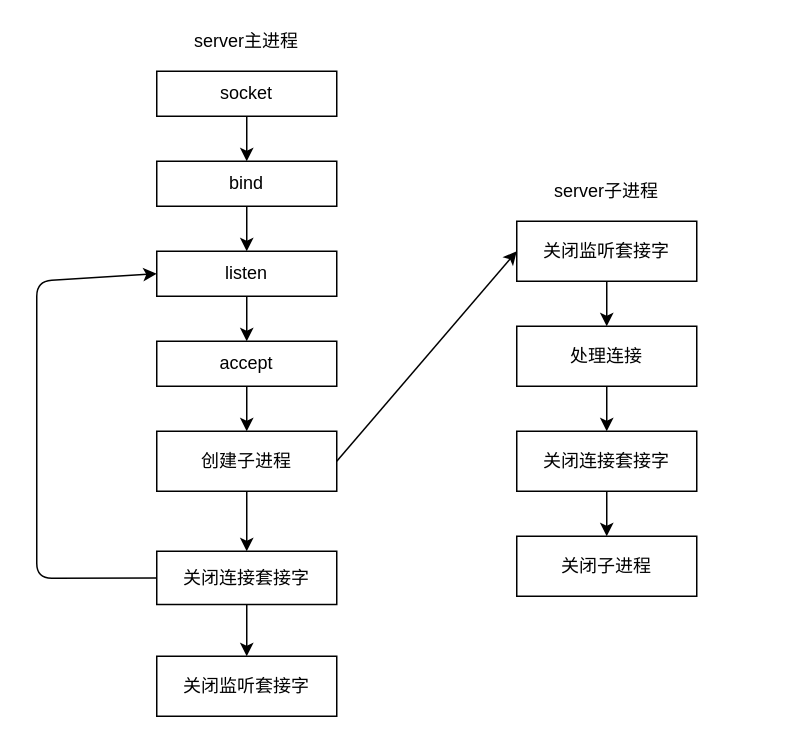
The draw.io diagram net.drawio in cauchy-max/my-room, before the edit. Source tidied: cells renumbered, new cells numbered last; positions are measured from the earlier drawing's top-left corner, leaving out a move shared by most shapes. Both pictures are drawn from the tidied source at 150%, with x=0, y=0 at pixel (36, 26).
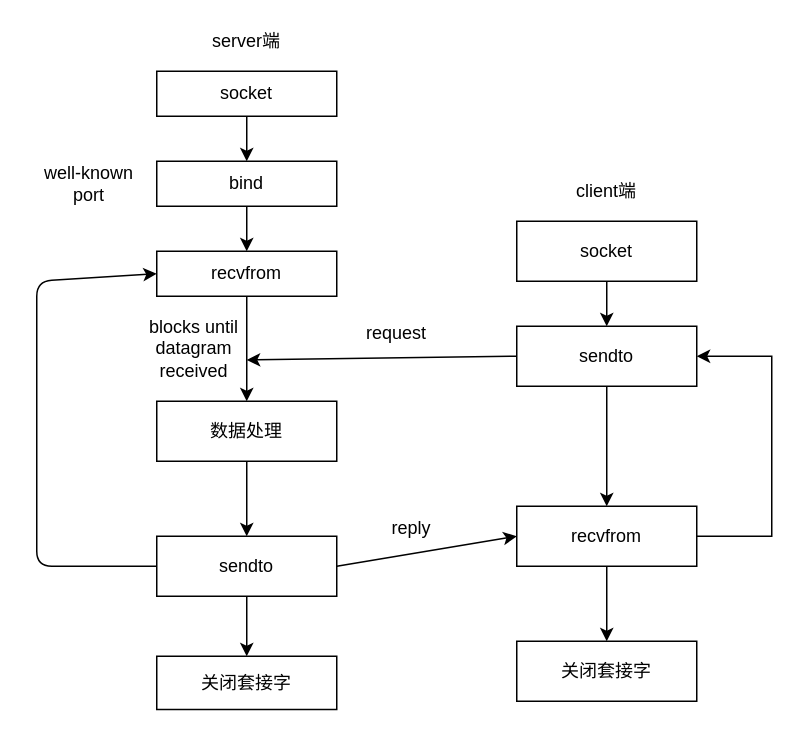
Above is the later version.

Diff of the diagram source:
```diff
@@
-    <mxCell id="6" style="edgeStyle=orthogonalEdgeStyle;rounded=0;jettySize=auto;html=1;" parent="1" edge="1" source="7" target="9">
-      <mxGeometry relative="1" as="geometry" />
-    </mxCell>
+    <mxCell id="26" style="edgeStyle=orthogonalEdgeStyle;rounded=0;jettySize=auto;html=1;" parent="1" edge="1" source="7" target="33">
+      <mxGeometry relative="1" as="geometry" />
+    </mxCell>
-    <mxCell id="7" value="listen" style="whiteSpace=wrap;html=1;rounded=0;" parent="1" vertex="1">
+    <mxCell id="7" value="recvfrom" style="whiteSpace=wrap;html=1;rounded=0;" parent="1" vertex="1">
       <mxGeometry x="80" y="150" width="120" height="30" as="geometry" />
     </mxCell>
-    <mxCell id="8" style="edgeStyle=orthogonalEdgeStyle;rounded=0;jettySize=auto;html=1;" parent="1" edge="1" source="9">
-      <mxGeometry relative="1" as="geometry">
-        <mxPoint x="140" y="270" as="targetPoint" />
-      </mxGeometry>
-    </mxCell>
-    <mxCell id="9" value="accept" style="whiteSpace=wrap;html=1;rounded=0;" parent="1" vertex="1">
-      <mxGeometry x="80" y="210" width="120" height="30" as="geometry" />
-    </mxCell>
@@
-    <mxCell id="11" style="edgeStyle=orthogonalEdgeStyle;rounded=0;jettySize=auto;html=1;" parent="1" edge="1" source="12" target="15">
-      <mxGeometry relative="1" as="geometry" />
-    </mxCell>
-    <mxCell id="12" value="关闭连接套接字" style="whiteSpace=wrap;html=1;rounded=0;" parent="1" vertex="1">
-      <mxGeometry x="80" y="350" width="120" height="35.5" as="geometry" />
+    <mxCell id="12" value="关闭套接字" style="whiteSpace=wrap;html=1;rounded=0;" parent="1" vertex="1">
+      <mxGeometry x="80" y="420" width="120" height="35.5" as="geometry" />
     </mxCell>
-    <mxCell id="13" value="server主进程" style="text;html=1;strokeColor=none;fillColor=none;align=center;verticalAlign=middle;whiteSpace=wrap;rounded=0;" parent="1" vertex="1">
+    <mxCell id="13" value="server端" style="text;html=1;strokeColor=none;fillColor=none;align=center;verticalAlign=middle;whiteSpace=wrap;rounded=0;" parent="1" vertex="1">
       <mxGeometry x="100" width="80" height="20" as="geometry" />
     </mxCell>
-    <mxCell id="14" style="endArrow=classic;html=1;exitX=0;exitY=0.5;exitDx=0;exitDy=0;entryX=0;entryY=0.5;entryDx=0;entryDy=0;" parent="1" edge="1" source="12" target="7">
+    <mxCell id="14" style="endArrow=classic;html=1;exitX=0;exitY=0.5;exitDx=0;exitDy=0;entryX=0;entryY=0.5;entryDx=0;entryDy=0;" parent="1" edge="1" source="16" target="7">
       <mxGeometry relative="1" as="geometry">
         <Array as="points">
-          <mxPoint y="368" />
+          <mxPoint y="360" />
           <mxPoint y="170" />
         </Array>
       </mxGeometry>
     </mxCell>
-    <mxCell id="15" value="关闭监听套接字" style="whiteSpace=wrap;html=1;rounded=0;" parent="1" vertex="1">
-      <mxGeometry x="80" y="420" width="120" height="40" as="geometry" />
-    </mxCell>
-    <mxCell id="16" value="创建子进程" style="rounded=0;whiteSpace=wrap;html=1;" parent="1" vertex="1">
-      <mxGeometry x="80" y="270" width="120" height="40" as="geometry" />
+    <mxCell id="16" value="sendto" style="rounded=0;whiteSpace=wrap;html=1;" parent="1" vertex="1">
+      <mxGeometry x="80" y="340" width="120" height="40" as="geometry" />
     </mxCell>
@@
-    <mxCell id="18" value="关闭监听套接字" style="rounded=0;whiteSpace=wrap;html=1;" parent="1" vertex="1">
+    <mxCell id="18" value="socket" style="rounded=0;whiteSpace=wrap;html=1;" parent="1" vertex="1">
       <mxGeometry x="320" y="130" width="120" height="40" as="geometry" />
     </mxCell>
-    <mxCell id="19" style="edgeStyle=orthogonalEdgeStyle;rounded=0;jettySize=auto;html=1;" parent="1" edge="1" source="20" target="22">
-      <mxGeometry relative="1" as="geometry" />
-    </mxCell>
+    <mxCell id="27" style="edgeStyle=orthogonalEdgeStyle;rounded=0;jettySize=auto;html=1;" parent="1" edge="1" source="20" target="23">
+      <mxGeometry relative="1" as="geometry" />
+    </mxCell>
-    <mxCell id="20" value="处理连接" style="whiteSpace=wrap;html=1;rounded=0;" parent="1" vertex="1">
+    <mxCell id="20" value="sendto" style="whiteSpace=wrap;html=1;rounded=0;" parent="1" vertex="1">
       <mxGeometry x="320" y="200" width="120" height="40" as="geometry" />
     </mxCell>
-    <mxCell id="21" style="edgeStyle=orthogonalEdgeStyle;rounded=0;jettySize=auto;html=1;" parent="1" edge="1" source="22" target="23">
-      <mxGeometry relative="1" as="geometry" />
-    </mxCell>
-    <mxCell id="22" value="关闭连接套接字" style="whiteSpace=wrap;html=1;rounded=0;" parent="1" vertex="1">
-      <mxGeometry x="320" y="270" width="120" height="40" as="geometry" />
-    </mxCell>
+    <mxCell id="28" style="edgeStyle=orthogonalEdgeStyle;rounded=0;jettySize=auto;html=1;" parent="1" edge="1" source="23" target="29">
+      <mxGeometry relative="1" as="geometry" />
+    </mxCell>
-    <mxCell id="23" value="关闭子进程" style="whiteSpace=wrap;html=1;rounded=0;" parent="1" vertex="1">
-      <mxGeometry x="320" y="340" width="120" height="40" as="geometry" />
+    <mxCell id="23" value="recvfrom" style="whiteSpace=wrap;html=1;rounded=0;" parent="1" vertex="1">
+      <mxGeometry x="320" y="320" width="120" height="40" as="geometry" />
     </mxCell>
-    <mxCell id="24" style="endArrow=classic;html=1;exitX=1;exitY=0.5;exitDx=0;exitDy=0;entryX=0;entryY=0.5;entryDx=0;entryDy=0;" parent="1" edge="1" source="16" target="18">
+    <mxCell id="24" style="endArrow=classic;html=1;exitX=1;exitY=0.5;exitDx=0;exitDy=0;entryX=0;entryY=0.5;entryDx=0;entryDy=0;" parent="1" edge="1" source="16" target="23">
       <mxGeometry relative="1" as="geometry" />
     </mxCell>
-    <mxCell id="25" value="server子进程" style="text;html=1;strokeColor=none;fillColor=none;align=center;verticalAlign=middle;whiteSpace=wrap;rounded=0;" parent="1" vertex="1">
+    <mxCell id="25" value="client端" style="text;html=1;strokeColor=none;fillColor=none;align=center;verticalAlign=middle;whiteSpace=wrap;rounded=0;" parent="1" vertex="1">
       <mxGeometry x="340" y="100" width="80" height="20" as="geometry" />
     </mxCell>
+    <mxCell id="29" value="关闭套接字" style="whiteSpace=wrap;html=1;rounded=0;" parent="1" vertex="1">
+      <mxGeometry x="320" y="410" width="120" height="40" as="geometry" />
+    </mxCell>
+    <mxCell id="30" value="well-known port" style="text;html=1;strokeColor=none;fillColor=none;align=center;verticalAlign=middle;whiteSpace=wrap;rounded=0;" parent="1" vertex="1">
+      <mxGeometry y="90" width="70" height="30" as="geometry" />
+    </mxCell>
+    <mxCell id="31" value="blocks until datagram received" style="text;html=1;strokeColor=none;fillColor=none;align=center;verticalAlign=middle;whiteSpace=wrap;rounded=0;" parent="1" vertex="1">
+      <mxGeometry x="70" y="200" width="70" height="30" as="geometry" />
+    </mxCell>
+    <mxCell id="32" style="edgeStyle=orthogonalEdgeStyle;rounded=0;jettySize=auto;html=1;" parent="1" edge="1" source="33" target="16">
+      <mxGeometry relative="1" as="geometry" />
+    </mxCell>
+    <mxCell id="33" value="数据处理" style="rounded=0;whiteSpace=wrap;html=1;" parent="1" vertex="1">
+      <mxGeometry x="80" y="250" width="120" height="40" as="geometry" />
+    </mxCell>
+    <mxCell id="34" style="endArrow=classic;html=1;rounded=0;exitX=1;exitY=0.5;exitDx=0;exitDy=0;entryX=1;entryY=0.5;entryDx=0;entryDy=0;" parent="1" edge="1" source="23" target="20">
+      <mxGeometry relative="1" as="geometry">
+        <Array as="points">
+          <mxPoint x="490" y="340" />
+          <mxPoint x="490" y="220" />
+        </Array>
+      </mxGeometry>
+    </mxCell>
+    <mxCell id="35" style="endArrow=classic;html=1;rounded=0;exitX=0;exitY=0.5;exitDx=0;exitDy=0;entryX=1;entryY=0.75;entryDx=0;entryDy=0;" parent="1" edge="1" source="20" target="31">
+      <mxGeometry relative="1" as="geometry" />
+    </mxCell>
+    <mxCell id="36" value="request" style="text;html=1;strokeColor=none;fillColor=none;align=center;verticalAlign=middle;whiteSpace=wrap;rounded=0;" parent="1" vertex="1">
+      <mxGeometry x="210" y="190" width="60" height="30" as="geometry" />
+    </mxCell>
+    <mxCell id="37" value="reply" style="text;html=1;strokeColor=none;fillColor=none;align=center;verticalAlign=middle;whiteSpace=wrap;rounded=0;" parent="1" vertex="1">
+      <mxGeometry x="220" y="320" width="60" height="30" as="geometry" />
+    </mxCell>
```
